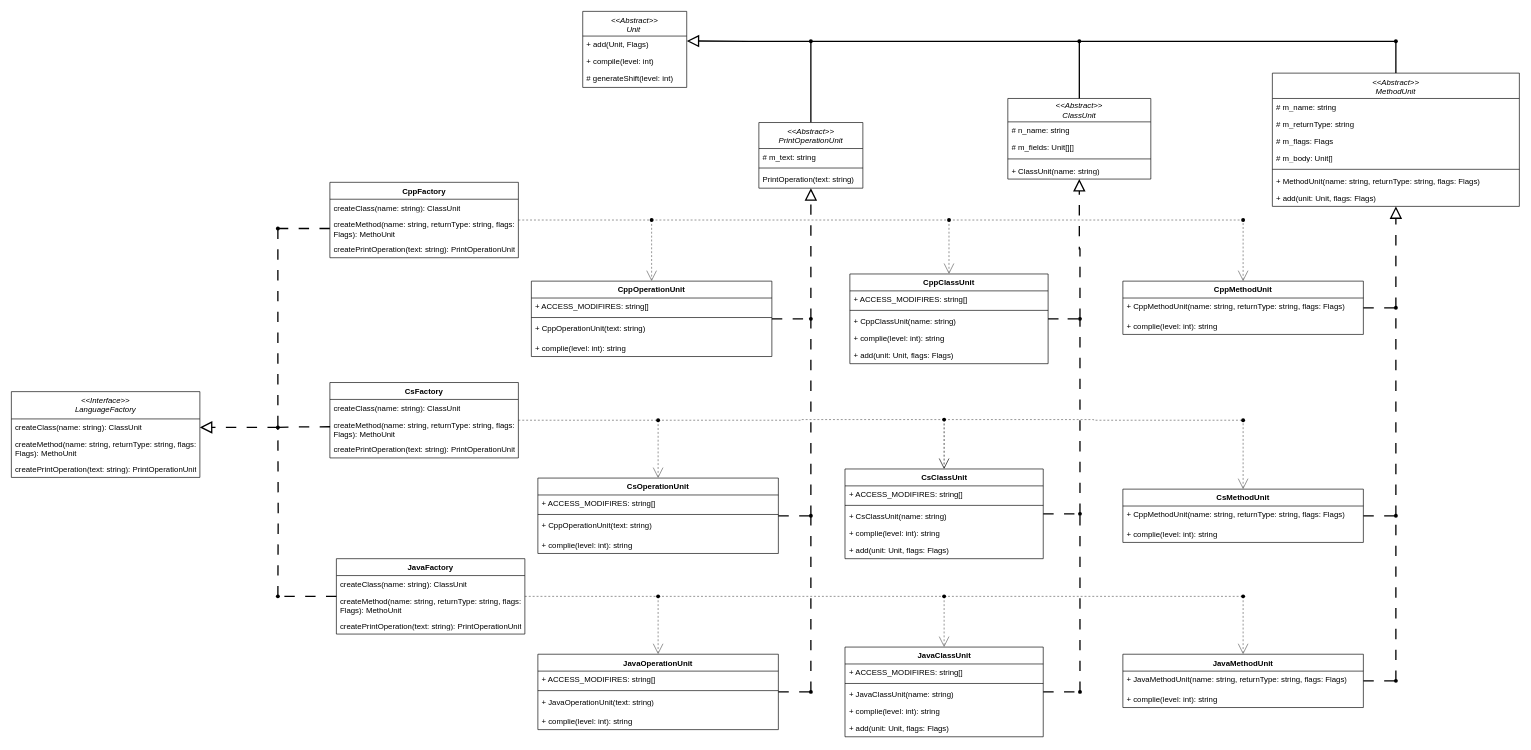
This is uml/uml.drawio from insert-zkm/GenClasses, a draw.io file, before an edit. Source tidied: cells renumbered, new cells numbered last; positions are measured from the earlier drawing's top-left corner, leaving out a move shared by most shapes. Both pictures are drawn from the tidied source at 65%, with x=0, y=0 at pixel (11, 11).
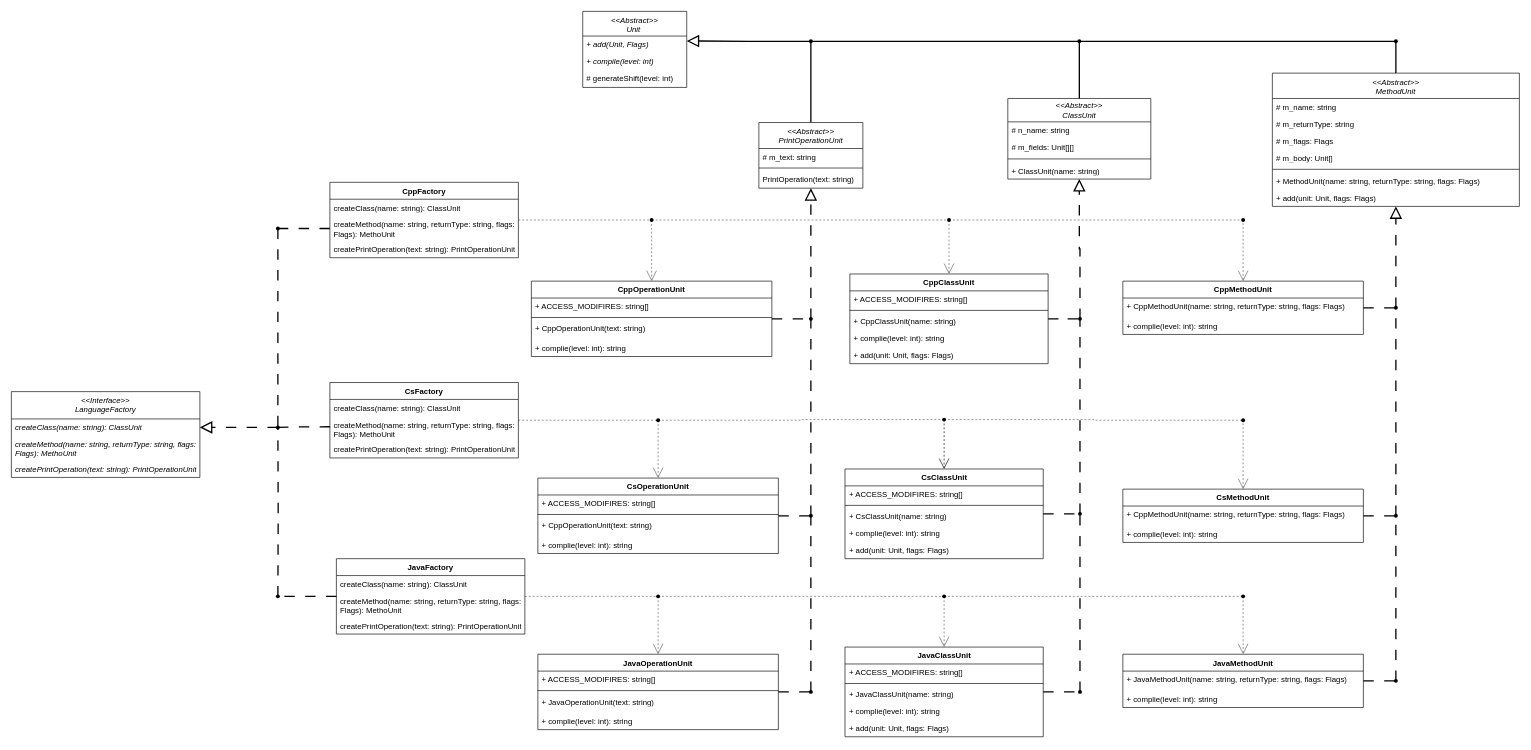
Above is the later version.

Unchanged cells that the change refers to:
```xml
<mxCell id="2" value="&lt;&lt;Abstract&gt;&gt;&#10;Unit " style="swimlane;fontStyle=2;align=center;verticalAlign=top;horizontal=1;startSize=38;rounded=0;shadow=0;strokeWidth=1;" parent="1" vertex="1">
  <mxGeometry x="879" width="160" height="117" as="geometry" />
</mxCell>
<mxCell id="26" value="&lt;i style=&quot;font-weight: normal;&quot;&gt;&amp;lt;&amp;lt;Interface&amp;gt;&amp;gt;&lt;/i&gt;&lt;div&gt;&lt;i style=&quot;font-weight: normal;&quot;&gt;LanguageFactory&lt;/i&gt;&lt;/div&gt;" style="swimlane;fontStyle=1;align=center;verticalAlign=top;horizontal=1;startSize=42;whiteSpace=wrap;html=1;" parent="1" vertex="1">
  <mxGeometry y="585" width="290" height="132" as="geometry" />
</mxCell>
```

Diff of the diagram source:
```diff
@@
-    <mxCell id="3" value="+ add(Unit, Flags)" style="text;align=left;verticalAlign=top;spacingLeft=4;spacingRight=4;overflow=hidden;points=[[0,0.5],[1,0.5]];portConstraint=eastwest;rounded=0;shadow=0;html=0;" parent="2" vertex="1">
+    <mxCell id="3" value="+ add(Unit, Flags)" style="text;align=left;verticalAlign=top;spacingLeft=4;spacingRight=4;overflow=hidden;points=[[0,0.5],[1,0.5]];portConstraint=eastwest;rounded=0;shadow=0;html=0;fontStyle=2;" parent="2" vertex="1">
       <mxGeometry y="38" width="160" height="26" as="geometry" />
     </mxCell>
-    <mxCell id="4" value="+ compile(level: int)" style="text;align=left;verticalAlign=top;spacingLeft=4;spacingRight=4;overflow=hidden;rounded=0;shadow=0;html=0;" parent="2" vertex="1">
+    <mxCell id="4" value="+ compile(level: int)" style="text;align=left;verticalAlign=top;spacingLeft=4;spacingRight=4;overflow=hidden;rounded=0;shadow=0;html=0;fontStyle=2;" parent="2" vertex="1">
       <mxGeometry y="64" width="160" height="26" as="geometry" />
     </mxCell>
@@
-    <mxCell id="27" value="createClass(name: string): ClassUnit" style="text;strokeColor=none;fillColor=none;align=left;verticalAlign=top;spacingLeft=4;spacingRight=4;overflow=hidden;points=[[0,0.5],[1,0.5]];portConstraint=eastwest;whiteSpace=wrap;html=1;" parent="26" vertex="1">
+    <mxCell id="27" value="createClass(name: string): ClassUnit" style="text;strokeColor=none;fillColor=none;align=left;verticalAlign=top;spacingLeft=4;spacingRight=4;overflow=hidden;points=[[0,0.5],[1,0.5]];portConstraint=eastwest;whiteSpace=wrap;html=1;fontStyle=2;" parent="26" vertex="1">
       <mxGeometry y="42" width="290" height="26" as="geometry" />
     </mxCell>
-    <mxCell id="28" value="createMethod(name: string, returnType: string, flags: Flags): MethoUnit" style="text;strokeColor=none;fillColor=none;align=left;verticalAlign=top;spacingLeft=4;spacingRight=4;overflow=hidden;whiteSpace=wrap;html=1;" parent="26" vertex="1">
+    <mxCell id="28" value="createMethod(name: string, returnType: string, flags: Flags): MethoUnit" style="text;strokeColor=none;fillColor=none;align=left;verticalAlign=top;spacingLeft=4;spacingRight=4;overflow=hidden;whiteSpace=wrap;html=1;fontStyle=2;" parent="26" vertex="1">
       <mxGeometry y="68" width="290" height="38" as="geometry" />
     </mxCell>
-    <mxCell id="29" value="createPrintOperation(text: string): PrintOperationUnit" style="text;strokeColor=none;fillColor=none;align=left;verticalAlign=top;spacingLeft=4;spacingRight=4;overflow=hidden;whiteSpace=wrap;html=1;" parent="26" vertex="1">
+    <mxCell id="29" value="createPrintOperation(text: string): PrintOperationUnit" style="text;strokeColor=none;fillColor=none;align=left;verticalAlign=top;spacingLeft=4;spacingRight=4;overflow=hidden;whiteSpace=wrap;html=1;fontStyle=2;" parent="26" vertex="1">
       <mxGeometry y="106" width="290" height="26" as="geometry" />
     </mxCell>
```
